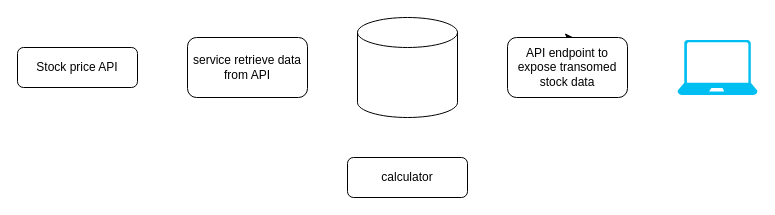
The draw.io diagram Untitled Diagram.drawio in lodivandijk/stockProcessor, before the edit. Source tidied: cells renumbered, new cells numbered last; positions are measured from the earlier drawing's top-left corner, leaving out a move shared by most shapes. Both pictures are drawn from the tidied source at 100%, with x=0, y=0 at pixel (17, 17).
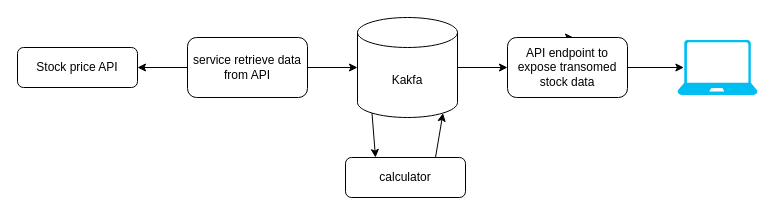
The same diagram, later.

Commit message:
Update flow diagram

The edit, as a diff of the source:
```diff
@@
 <mxGraphModel>
   <root>
     <mxCell id="0" />
     <mxCell id="1" parent="0" />
     <mxCell id="2" value="Stock price API" style="rounded=1;whiteSpace=wrap;html=1;fontSize=12;glass=0;strokeWidth=1;shadow=0;" parent="1" vertex="1">
       <mxGeometry y="30" width="120" height="40" as="geometry" />
     </mxCell>
     <mxCell id="3" value="service retrieve data from API" style="rounded=1;whiteSpace=wrap;html=1;" parent="1" vertex="1">
       <mxGeometry x="170" y="20" width="120" height="60" as="geometry" />
     </mxCell>
-    <mxCell id="4" style="shape=cylinder3;whiteSpace=wrap;html=1;boundedLbl=1;backgroundOutline=1;size=15;" parent="1" vertex="1">
+    <mxCell id="4" value="Kakfa" style="shape=cylinder3;whiteSpace=wrap;html=1;boundedLbl=1;backgroundOutline=1;size=15;" parent="1" vertex="1">
       <mxGeometry x="340" width="100" height="100" as="geometry" />
     </mxCell>
     <mxCell id="5" value="calculator" style="rounded=1;whiteSpace=wrap;html=1;" parent="1" vertex="1">
-      <mxGeometry x="330" y="140" width="120" height="40" as="geometry" />
+      <mxGeometry x="328" y="140" width="120" height="40" as="geometry" />
     </mxCell>
     <mxCell id="6" style="edgeStyle=orthogonalEdgeStyle;rounded=0;jettySize=auto;html=1;exitX=0.5;exitY=0;exitDx=0;exitDy=0;" parent="1" edge="1" source="7">
       <mxGeometry relative="1" as="geometry">
         <mxPoint x="556" y="20" as="targetPoint" />
       </mxGeometry>
     </mxCell>
     <mxCell id="7" value="API endpoint to expose transomed stock data" style="rounded=1;whiteSpace=wrap;html=1;" parent="1" vertex="1">
       <mxGeometry x="490" y="20" width="120" height="60" as="geometry" />
     </mxCell>
     <mxCell id="8" style="verticalLabelPosition=bottom;html=1;verticalAlign=top;align=center;strokeColor=none;fillColor=#00BEF2;shape=mxgraph.azure.laptop;" parent="1" vertex="1">
       <mxGeometry x="660" y="22.5" width="80" height="55" as="geometry" />
     </mxCell>
+    <mxCell id="9" style="endArrow=classic;html=1;rounded=0;entryX=1;entryY=0.5;entryDx=0;entryDy=0;exitX=0;exitY=0.5;exitDx=0;exitDy=0;" parent="1" edge="1" source="3" target="2">
+      <mxGeometry relative="1" as="geometry" />
+    </mxCell>
+    <mxCell id="10" style="endArrow=classic;html=1;rounded=0;exitX=1;exitY=0.5;exitDx=0;exitDy=0;entryX=0;entryY=0.5;entryDx=0;entryDy=0;entryPerimeter=0;" parent="1" edge="1" source="3" target="4">
+      <mxGeometry relative="1" as="geometry" />
+    </mxCell>
+    <mxCell id="11" style="endArrow=classic;html=1;rounded=0;exitX=1;exitY=0.5;exitDx=0;exitDy=0;exitPerimeter=0;entryX=0;entryY=0.5;entryDx=0;entryDy=0;" parent="1" edge="1" source="4" target="7">
+      <mxGeometry relative="1" as="geometry" />
+    </mxCell>
+    <mxCell id="12" style="endArrow=classic;html=1;rounded=0;exitX=0.75;exitY=0;exitDx=0;exitDy=0;entryX=0.855;entryY=1;entryDx=0;entryDy=-4.35;entryPerimeter=0;" parent="1" edge="1" source="5" target="4">
+      <mxGeometry relative="1" as="geometry" />
+    </mxCell>
+    <mxCell id="13" style="endArrow=classic;html=1;rounded=0;entryX=0.25;entryY=0;entryDx=0;entryDy=0;exitX=0.145;exitY=1;exitDx=0;exitDy=-4.35;exitPerimeter=0;" parent="1" edge="1" source="4" target="5">
+      <mxGeometry relative="1" as="geometry" />
+    </mxCell>
+    <mxCell id="14" style="endArrow=classic;html=1;rounded=0;exitX=1;exitY=0.5;exitDx=0;exitDy=0;entryX=0.08;entryY=0.5;entryDx=0;entryDy=0;entryPerimeter=0;" parent="1" edge="1" source="7" target="8">
+      <mxGeometry relative="1" as="geometry" />
+    </mxCell>
   </root>
 </mxGraphModel>
```
